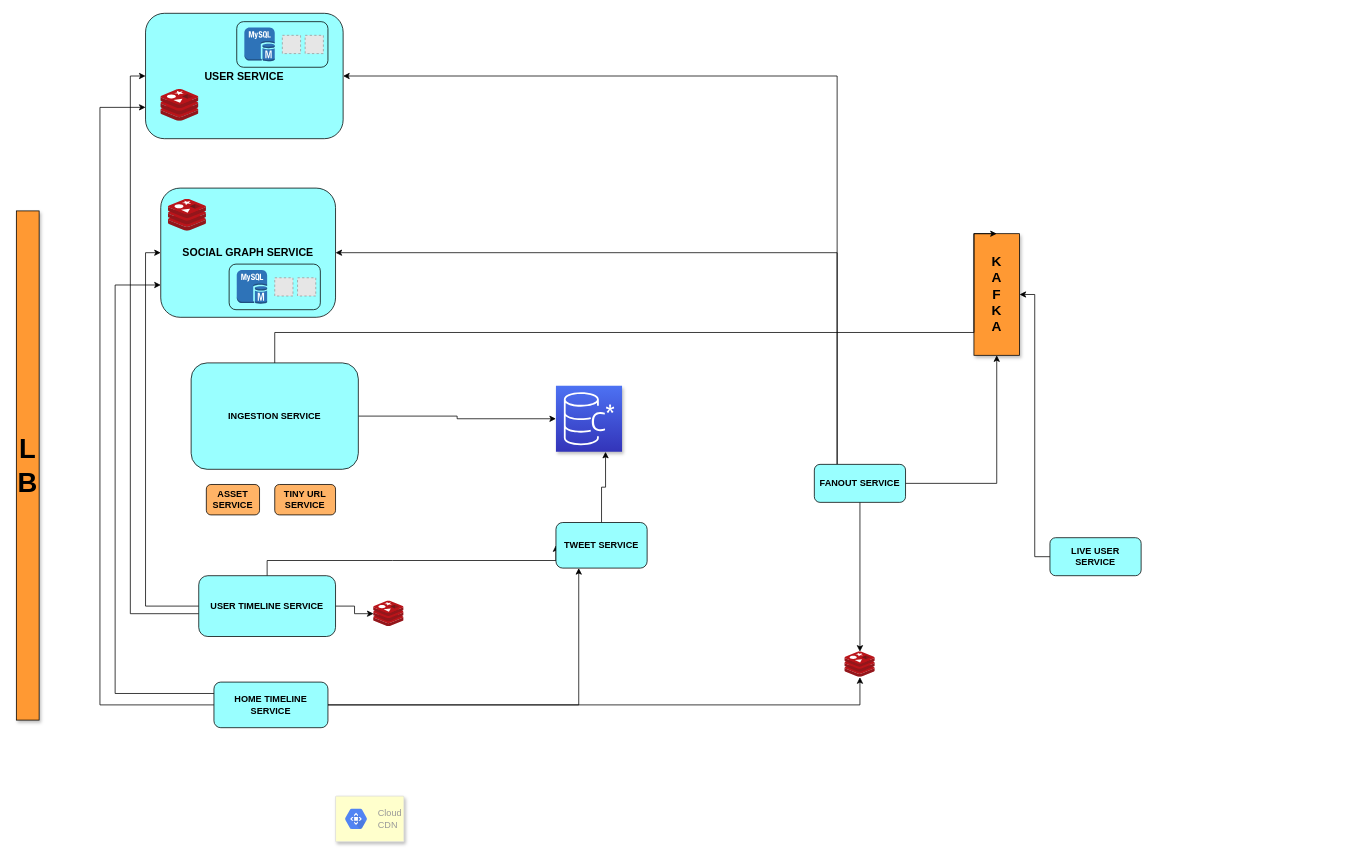
Before: page "Page-1" (1 of 2) of Untitled Diagram.drawio in smittal1209/system-design-diagram, a draw.io diagram. Source tidied: cells renumbered, new cells numbered last; positions are measured from the earlier drawing's top-left corner, leaving out a move shared by most shapes. Both pictures are drawn from the tidied source at 76%, with x=0, y=0 at pixel (16, 13). Pictures stored in the file or linked from it are replaced by grey dashed boxes.
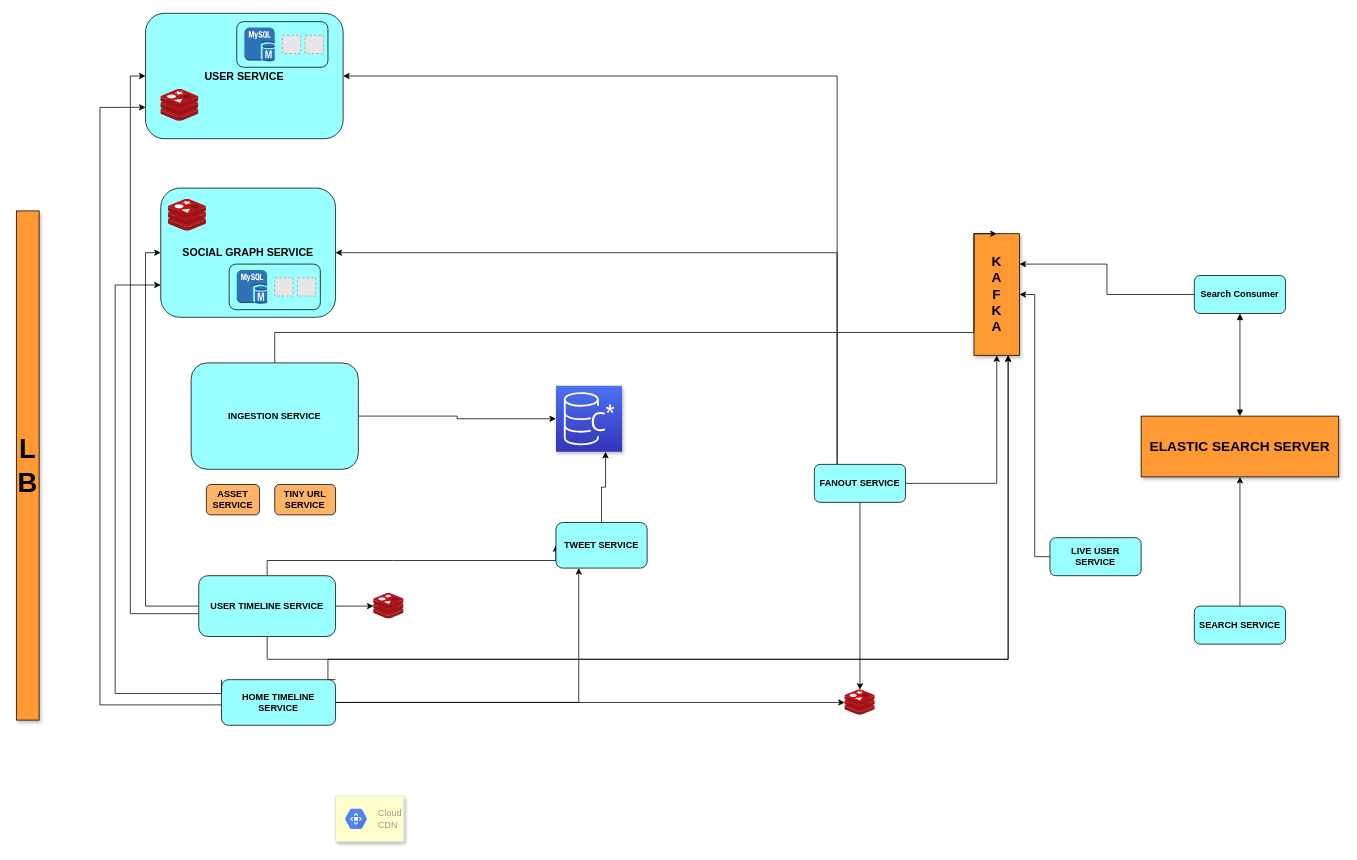
The same diagram, later.

Commit message:
First Level Completed

Unchanged cells that the change refers to:
```xml
<mxCell id="11" value="USER TIMELINE SERVICE" style="rounded=1;whiteSpace=wrap;html=1;fillColor=#99FFFF;fontStyle=1;" parent="1" vertex="1">
  <mxGeometry x="240" y="740" width="180" height="80" as="geometry" />
</mxCell>
<mxCell id="21" value="&lt;font style=&quot;font-size: 18px&quot;&gt;K&lt;br&gt;A&lt;br&gt;F&lt;br&gt;K&lt;br&gt;A&lt;/font&gt;" style="rounded=0;whiteSpace=wrap;html=1;shadow=1;fillColor=#FF9933;fontStyle=1;" parent="1" vertex="1">
  <mxGeometry x="1260" y="290" width="60" height="160" as="geometry" />
</mxCell>
<mxCell id="35" value="&lt;font style=&quot;font-size: 14px&quot;&gt;SOCIAL GRAPH SERVICE&lt;/font&gt;" style="rounded=1;whiteSpace=wrap;html=1;fillColor=#99FFFF;fontStyle=1;" parent="34" vertex="1">
  <mxGeometry width="230" height="170" as="geometry" />
</mxCell>
```

The edit, as a diff of the source:
```diff
@@
+    <mxCell id="50" style="edgeStyle=orthogonalEdgeStyle;rounded=0;jettySize=auto;html=1;exitX=1;exitY=0;exitDx=0;exitDy=0;shadow=0;entryX=0.75;entryY=1;entryDx=0;entryDy=0;" parent="1" edge="1" source="6" target="21">
+      <mxGeometry relative="1" as="geometry">
+        <Array as="points">
+          <mxPoint x="410" y="850" />
+          <mxPoint x="1305" y="850" />
+        </Array>
+      </mxGeometry>
+    </mxCell>
     <mxCell id="6" value="HOME TIMELINE SERVICE" style="rounded=1;whiteSpace=wrap;html=1;fillColor=#99FFFF;fontStyle=1;" parent="1" vertex="1">
-      <mxGeometry x="260" y="880" width="150" height="60" as="geometry" />
+      <mxGeometry x="270" y="876.8" width="150" height="60" as="geometry" />
     </mxCell>
@@
+    <mxCell id="51" style="edgeStyle=orthogonalEdgeStyle;rounded=0;jettySize=auto;html=1;exitX=0.5;exitY=1;exitDx=0;exitDy=0;entryX=0.75;entryY=1;entryDx=0;entryDy=0;shadow=0;" parent="1" edge="1" source="11" target="21">
+      <mxGeometry relative="1" as="geometry">
+        <Array as="points">
+          <mxPoint x="330" y="850" />
+          <mxPoint x="1305" y="850" />
+        </Array>
+      </mxGeometry>
+    </mxCell>
@@
     <mxCell id="20" style="html=1;points=[];align=center;image;fontSize=12;image=img/lib/mscae/Cache_Redis_Product.svg;fillColor=#99FFFF;fontStyle=1;" parent="1" vertex="1">
-      <mxGeometry x="1090" y="840" width="40" height="33.6" as="geometry" />
+      <mxGeometry x="1090" y="890" width="40" height="33.6" as="geometry" />
     </mxCell>
@@
     <mxCell id="25" style="html=1;points=[];align=center;image;fontSize=12;image=img/lib/mscae/Cache_Redis_Product.svg;fillColor=#99FFFF;fontStyle=1;" parent="1" vertex="1">
-      <mxGeometry x="470" y="773.2" width="40" height="33.6" as="geometry" />
+      <mxGeometry x="470" y="763.2" width="40" height="33.6" as="geometry" />
     </mxCell>
@@
-    <mxCell id="47" style="edgeStyle=orthogonalEdgeStyle;rounded=0;jettySize=auto;html=1;entryX=0;entryY=0.75;entryDx=0;entryDy=0;shadow=0;" parent="1" edge="1" target="35">
+    <mxCell id="47" style="edgeStyle=orthogonalEdgeStyle;rounded=0;jettySize=auto;html=1;entryX=0;entryY=0.75;entryDx=0;entryDy=0;shadow=0;exitX=0;exitY=0;exitDx=0;exitDy=0;" parent="1" edge="1" source="6" target="35">
       <mxGeometry relative="1" as="geometry">
-        <mxPoint x="260" y="895" as="sourcePoint" />
         <Array as="points">
+          <mxPoint x="270" y="895" />
           <mxPoint x="130" y="895" />
           <mxPoint x="130" y="358" />
         </Array>
       </mxGeometry>
     </mxCell>
@@
+    <mxCell id="52" style="edgeStyle=orthogonalEdgeStyle;rounded=0;jettySize=auto;html=1;exitX=0.5;exitY=0;exitDx=0;exitDy=0;entryX=0.5;entryY=1;entryDx=0;entryDy=0;shadow=0;" parent="1" edge="1" source="53" target="56">
+      <mxGeometry relative="1" as="geometry" />
+    </mxCell>
+    <mxCell id="53" value="SEARCH SERVICE" style="rounded=1;whiteSpace=wrap;html=1;fillColor=#99FFFF;fontStyle=1;" parent="1" vertex="1">
+      <mxGeometry x="1550" y="780" width="120" height="50" as="geometry" />
+    </mxCell>
+    <mxCell id="54" style="edgeStyle=orthogonalEdgeStyle;rounded=0;jettySize=auto;html=1;entryX=1;entryY=0.25;entryDx=0;entryDy=0;shadow=0;" parent="1" edge="1" source="55" target="21">
+      <mxGeometry relative="1" as="geometry" />
+    </mxCell>
+    <mxCell id="55" value="Search Consumer" style="rounded=1;whiteSpace=wrap;html=1;fillColor=#99FFFF;fontStyle=1;" parent="1" vertex="1">
+      <mxGeometry x="1550" y="345" width="120" height="50" as="geometry" />
+    </mxCell>
+    <mxCell id="56" value="&lt;span style=&quot;font-size: 18px&quot;&gt;ELASTIC SEARCH SERVER&lt;/span&gt;" style="rounded=0;whiteSpace=wrap;html=1;shadow=1;fillColor=#FF9933;fontStyle=1;" parent="1" vertex="1">
+      <mxGeometry x="1480" y="530" width="260" height="80" as="geometry" />
+    </mxCell>
+    <mxCell id="57" style="endArrow=block;startArrow=block;endFill=1;startFill=1;html=1;shadow=0;entryX=0.5;entryY=0;entryDx=0;entryDy=0;exitX=0.5;exitY=1;exitDx=0;exitDy=0;" parent="1" edge="1" source="55" target="56">
+      <mxGeometry relative="1" as="geometry" />
+    </mxCell>
```
